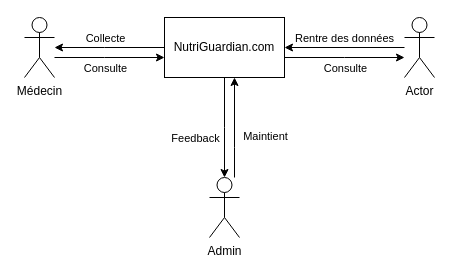
2023-2024-ECOM-INFO5-G2/docs keeps this draw.io diagram as Assets/Diagrammes/diagramme_de_contexte.drawio. Above is the earlier version. Source tidied: cells renumbered, new cells numbered last; positions are measured from the earlier drawing's top-left corner, leaving out a move shared by most shapes. Both pictures are drawn from the tidied source at 100%, with x=0, y=0 at pixel (24, 17).
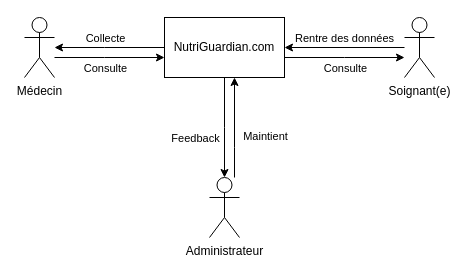
Above is the later version.

Diff of the diagram source:
```diff
@@
-    <mxCell id="14" value="Actor" style="shape=umlActor;verticalLabelPosition=bottom;verticalAlign=top;html=1;outlineConnect=0;" parent="1" vertex="1">
+    <mxCell id="14" value="Soignant(e)" style="shape=umlActor;verticalLabelPosition=bottom;verticalAlign=top;html=1;outlineConnect=0;" parent="1" vertex="1">
       <mxGeometry x="380" width="30" height="60" as="geometry" />
     </mxCell>
@@
-    <mxCell id="17" value="&lt;div&gt;Admin&lt;/div&gt;" style="shape=umlActor;verticalLabelPosition=bottom;verticalAlign=top;html=1;outlineConnect=0;" parent="1" vertex="1">
+    <mxCell id="17" value="Administrateur" style="shape=umlActor;verticalLabelPosition=bottom;verticalAlign=top;html=1;outlineConnect=0;" parent="1" vertex="1">
       <mxGeometry x="185" y="160" width="30" height="60" as="geometry" />
     </mxCell>
```
